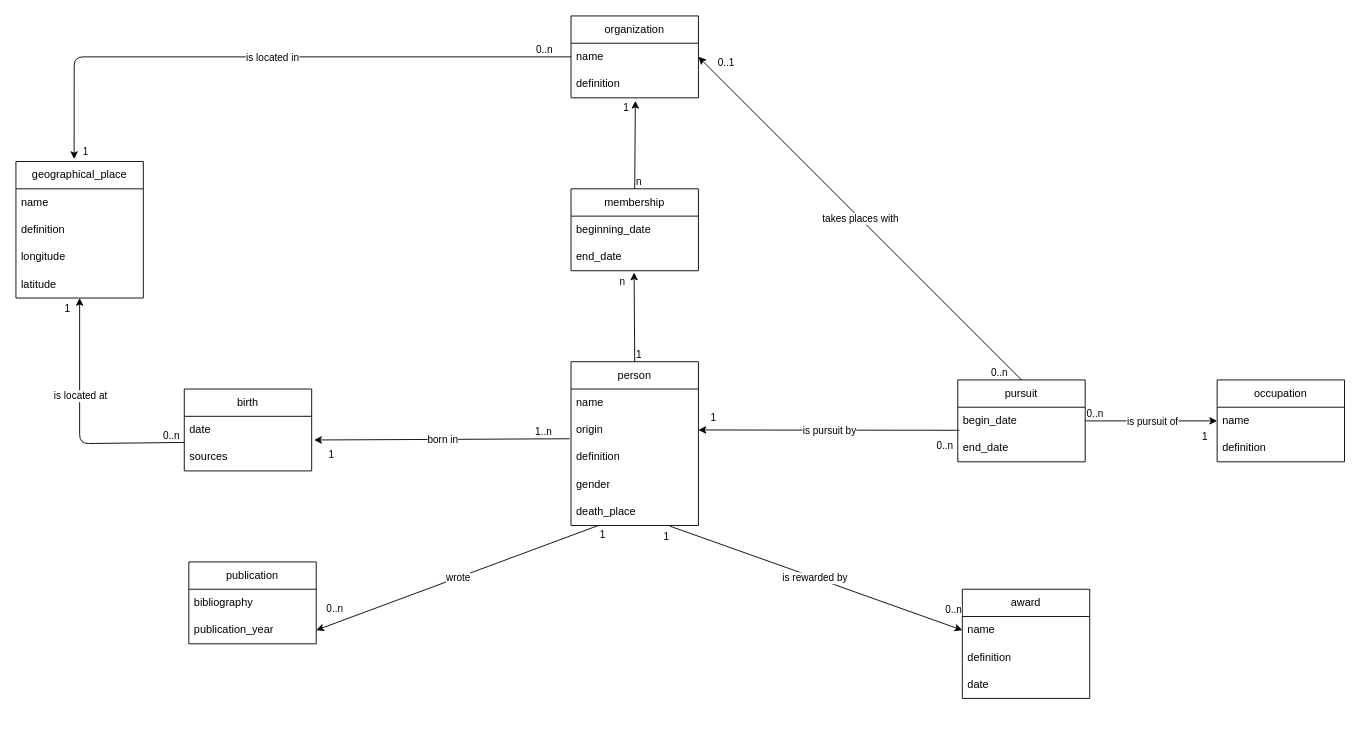
Earlier version of the draw.io diagram diagramme/diagramme.drawio (Raphix93/2HS2179_militants-pour-la-paix). Source tidied: cells renumbered, new cells numbered last; positions are measured from the earlier drawing's top-left corner, leaving out a move shared by most shapes. Both pictures are drawn from the tidied source at 91%, with x=0, y=0 at pixel (15, 15).
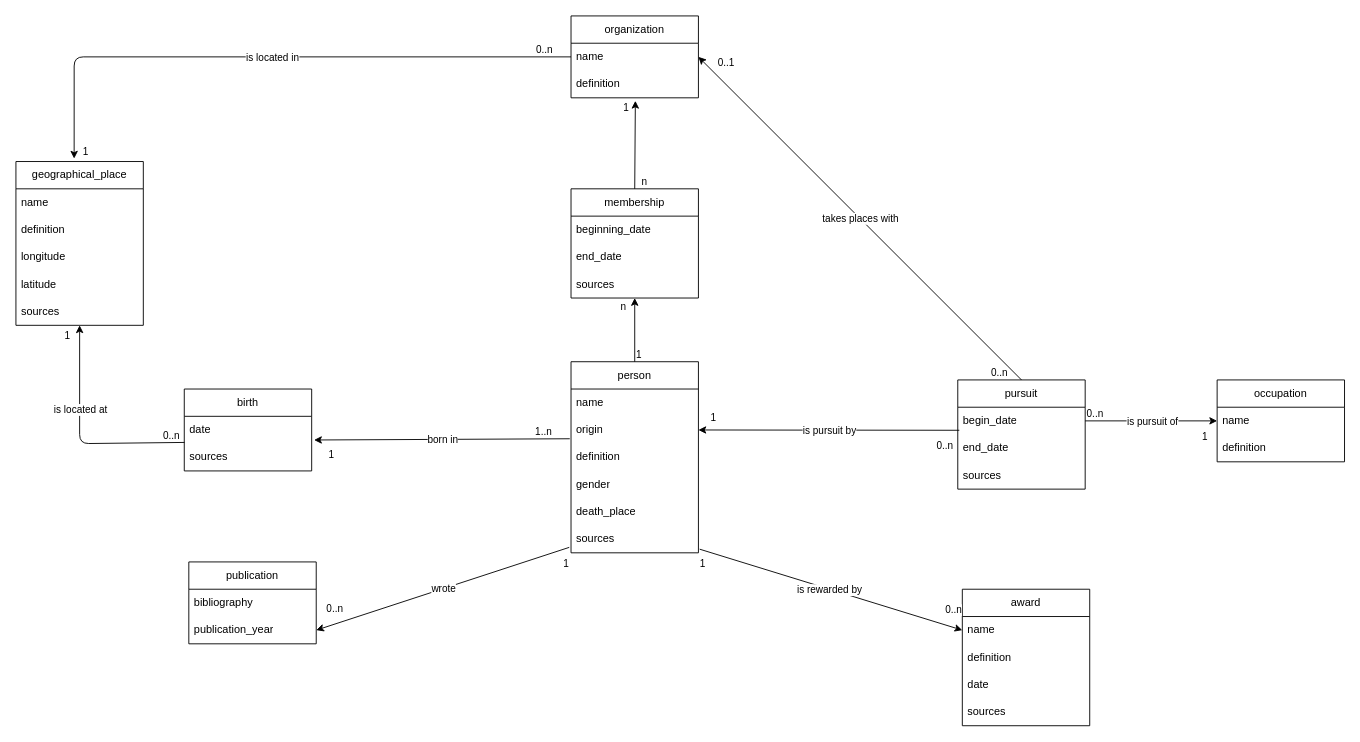
The same page after the edit.

Unchanged cells that the change refers to:
```xml
<mxCell id="7" value="death_place" style="text;strokeColor=none;fillColor=none;align=left;verticalAlign=middle;spacingLeft=4;spacingRight=4;overflow=hidden;points=[[0,0.5],[1,0.5]];portConstraint=eastwest;whiteSpace=wrap;html=1;" parent="2" vertex="1">
  <mxGeometry y="150" width="140" height="30" as="geometry" />
</mxCell>
<mxCell id="18" value="latitude" style="text;strokeColor=none;fillColor=none;align=left;verticalAlign=middle;spacingLeft=4;spacingRight=4;overflow=hidden;points=[[0,0.5],[1,0.5]];portConstraint=eastwest;whiteSpace=wrap;html=1;" parent="14" vertex="1">
  <mxGeometry y="120" width="140" height="30" as="geometry" />
</mxCell>
<mxCell id="21" value="publication_year" style="text;strokeColor=none;fillColor=none;align=left;verticalAlign=middle;spacingLeft=4;spacingRight=4;overflow=hidden;points=[[0,0.5],[1,0.5]];portConstraint=eastwest;whiteSpace=wrap;html=1;" parent="19" vertex="1">
  <mxGeometry y="60" width="140" height="30" as="geometry" />
</mxCell>
<mxCell id="23" value="name" style="text;strokeColor=none;fillColor=none;align=left;verticalAlign=middle;spacingLeft=4;spacingRight=4;overflow=hidden;points=[[0,0.5],[1,0.5]];portConstraint=eastwest;whiteSpace=wrap;html=1;" parent="22" vertex="1">
  <mxGeometry y="30" width="140" height="30" as="geometry" />
</mxCell>
<mxCell id="38" value="date" style="text;strokeColor=none;fillColor=none;align=left;verticalAlign=middle;spacingLeft=4;spacingRight=4;overflow=hidden;points=[[0,0.5],[1,0.5]];portConstraint=eastwest;whiteSpace=wrap;html=1;" parent="37" vertex="1">
  <mxGeometry y="30" width="140" height="30" as="geometry" />
</mxCell>
<mxCell id="62" value="end_date" style="text;strokeColor=none;fillColor=none;align=left;verticalAlign=middle;spacingLeft=4;spacingRight=4;overflow=hidden;points=[[0,0.5],[1,0.5]];portConstraint=eastwest;whiteSpace=wrap;html=1;" parent="60" vertex="1">
  <mxGeometry y="60" width="140" height="30" as="geometry" />
</mxCell>
<mxCell id="66" style="endArrow=classic;html=1;exitX=0.5;exitY=0;exitDx=0;exitDy=0;entryX=0.505;entryY=1.111;entryDx=0;entryDy=0;entryPerimeter=0;" parent="1" edge="1" source="60" target="10">
  <mxGeometry relative="1" as="geometry" />
</mxCell>
```

What changed in the source:
```diff
@@
     <mxCell id="2" value="person" style="swimlane;fontStyle=0;horizontal=1;startSize=30;whiteSpace=wrap;html=1;" parent="1" vertex="1">
-      <mxGeometry x="610" y="380" width="140" height="180" as="geometry" />
+      <mxGeometry x="610" y="380" width="140" height="210" as="geometry" />
     </mxCell>
@@
+    <mxCell id="73" value="sources" style="text;strokeColor=none;fillColor=none;align=left;verticalAlign=middle;spacingLeft=4;spacingRight=4;overflow=hidden;points=[[0,0.5],[1,0.5]];portConstraint=eastwest;whiteSpace=wrap;html=1;" parent="2" vertex="1">
+      <mxGeometry y="180" width="140" height="30" as="geometry" />
+    </mxCell>
@@
     <mxCell id="11" value="pursuit" style="swimlane;fontStyle=0;horizontal=1;startSize=30;whiteSpace=wrap;html=1;" parent="1" vertex="1">
-      <mxGeometry x="1035" y="400" width="140" height="90" as="geometry" />
+      <mxGeometry x="1035" y="400" width="140" height="120" as="geometry" />
     </mxCell>
@@
+    <mxCell id="74" value="sources" style="text;strokeColor=none;fillColor=none;align=left;verticalAlign=middle;spacingLeft=4;spacingRight=4;overflow=hidden;whiteSpace=wrap;html=1;" parent="11" vertex="1">
+      <mxGeometry y="90" width="140" height="30" as="geometry" />
+    </mxCell>
     <mxCell id="14" value="geographical_place" style="swimlane;fontStyle=0;horizontal=1;startSize=30;whiteSpace=wrap;html=1;" parent="1" vertex="1">
-      <mxGeometry y="160" width="140" height="150" as="geometry" />
+      <mxGeometry y="160" width="140" height="180" as="geometry" />
     </mxCell>
@@
+    <mxCell id="75" value="sources" style="text;strokeColor=none;fillColor=none;align=left;verticalAlign=middle;spacingLeft=4;spacingRight=4;overflow=hidden;whiteSpace=wrap;html=1;" parent="14" vertex="1">
+      <mxGeometry y="150" width="140" height="30" as="geometry" />
+    </mxCell>
@@
     <mxCell id="22" value="award" style="swimlane;fontStyle=0;horizontal=1;startSize=30;whiteSpace=wrap;html=1;" parent="1" vertex="1">
-      <mxGeometry x="1040" y="630" width="140" height="120" as="geometry" />
+      <mxGeometry x="1040" y="630" width="140" height="150" as="geometry" />
     </mxCell>
@@
+    <mxCell id="76" value="sources" style="text;strokeColor=none;fillColor=none;align=left;verticalAlign=middle;spacingLeft=4;spacingRight=4;overflow=hidden;whiteSpace=wrap;html=1;" parent="22" vertex="1">
+      <mxGeometry y="120" width="140" height="30" as="geometry" />
+    </mxCell>
@@
-    <mxCell id="44" style="endArrow=classic;html=1;exitX=0.002;exitY=0.956;exitDx=0;exitDy=0;exitPerimeter=0;" parent="1" edge="1" source="38" target="18">
+    <mxCell id="44" style="endArrow=classic;html=1;exitX=0.002;exitY=0.956;exitDx=0;exitDy=0;exitPerimeter=0;" parent="1" edge="1" source="38">
       <mxGeometry relative="1" as="geometry">
+        <mxPoint x="70" y="340" as="targetPoint" />
         <Array as="points">
           <mxPoint x="70" y="470" />
         </Array>
       </mxGeometry>
     </mxCell>
@@
-    <mxCell id="48" style="endArrow=classic;html=1;entryX=1;entryY=0.5;entryDx=0;entryDy=0;exitX=0.214;exitY=1;exitDx=0;exitDy=0;exitPerimeter=0;" parent="1" edge="1" source="7" target="21">
+    <mxCell id="48" style="endArrow=classic;html=1;entryX=1;entryY=0.5;entryDx=0;entryDy=0;exitX=-0.014;exitY=0.8;exitDx=0;exitDy=0;exitPerimeter=0;" parent="1" edge="1" source="73" target="21">
       <mxGeometry relative="1" as="geometry" />
     </mxCell>
@@
     <mxCell id="50" value="1" style="edgeLabel;html=1;align=left;verticalAlign=bottom;" parent="48" vertex="1">
       <mxGeometry x="-1" relative="1" as="geometry">
-        <mxPoint y="18" as="offset" />
+        <mxPoint x="-8" y="26" as="offset" />
       </mxGeometry>
     </mxCell>
@@
-    <mxCell id="56" style="endArrow=classic;html=1;exitX=0.776;exitY=1.022;exitDx=0;exitDy=0;entryX=0;entryY=0.5;entryDx=0;entryDy=0;exitPerimeter=0;" parent="1" edge="1" source="7" target="23">
+    <mxCell id="56" style="endArrow=classic;html=1;exitX=1.01;exitY=0.867;exitDx=0;exitDy=0;entryX=0;entryY=0.5;entryDx=0;entryDy=0;exitPerimeter=0;" parent="1" edge="1" source="73" target="23">
       <mxGeometry relative="1" as="geometry" />
     </mxCell>
@@
     <mxCell id="58" value="1" style="edgeLabel;html=1;align=left;verticalAlign=bottom;" parent="56" vertex="1">
       <mxGeometry x="-1" relative="1" as="geometry">
-        <mxPoint x="-9" y="19" as="offset" />
+        <mxPoint x="-1" y="24" as="offset" />
       </mxGeometry>
     </mxCell>
@@
     <mxCell id="60" value="membership" style="swimlane;fontStyle=0;horizontal=1;startSize=30;whiteSpace=wrap;html=1;" parent="1" vertex="1">
-      <mxGeometry x="610" y="190" width="140" height="90" as="geometry" />
+      <mxGeometry x="610" y="190" width="140" height="120" as="geometry" />
     </mxCell>
@@
+    <mxCell id="77" value="sources" style="text;strokeColor=none;fillColor=none;align=left;verticalAlign=middle;spacingLeft=4;spacingRight=4;overflow=hidden;whiteSpace=wrap;html=1;" parent="60" vertex="1">
+      <mxGeometry y="90" width="140" height="30" as="geometry" />
+    </mxCell>
-    <mxCell id="63" style="endArrow=classic;html=1;exitX=0.5;exitY=0;exitDx=0;exitDy=0;entryX=0.495;entryY=1.067;entryDx=0;entryDy=0;entryPerimeter=0;" parent="1" edge="1" source="2" target="62">
-      <mxGeometry relative="1" as="geometry" />
+    <mxCell id="63" style="endArrow=classic;html=1;exitX=0.5;exitY=0;exitDx=0;exitDy=0;" parent="1" edge="1" source="2">
+      <mxGeometry relative="1" as="geometry">
+        <mxPoint x="680" y="310" as="targetPoint" />
+      </mxGeometry>
     </mxCell>
@@
     <mxCell id="67" value="n" style="edgeLabel;html=1;align=left;verticalAlign=bottom;" parent="66" vertex="1">
-      <mxGeometry x="-1" relative="1" as="geometry" />
+      <mxGeometry x="-1" relative="1" as="geometry">
+        <mxPoint x="6" as="offset" />
+      </mxGeometry>
     </mxCell>
```
